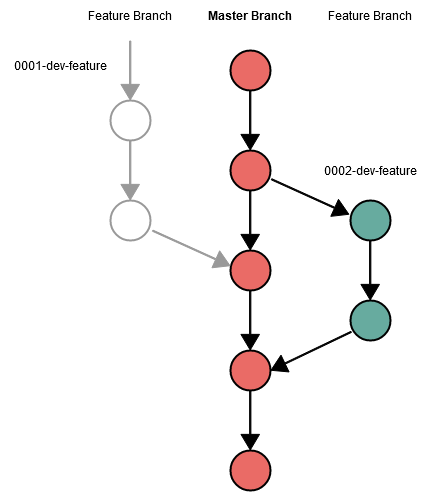
Before: GitHubFlowBranchingModel.png, a diagram exported from draw.io (cambridge-cares/TheWorldAvatar). Source tidied: cells renumbered, new cells last; positions are measured from the earlier drawing's top-left corner, leaving out a move shared by most shapes.
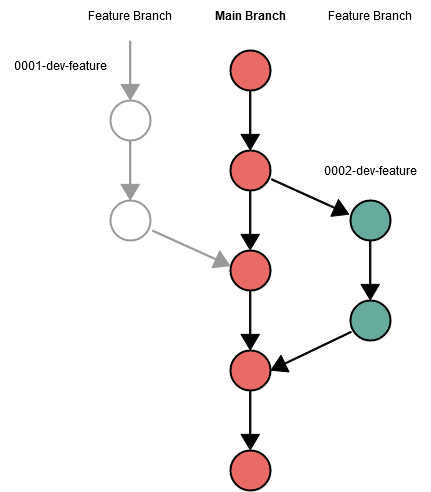
Above is the later version.

Commit message:
dev-GitHub-flow: update branching model diagram: change "master" branch to "main"

Diff of the diagram source:
```diff
@@ -65,7 +65,7 @@
     <mxCell id="17" value="Feature Branch" style="text;html=1;strokeColor=none;fillColor=none;align=center;verticalAlign=middle;whiteSpace=wrap;rounded=0;" parent="1" vertex="1">
       <mxGeometry x="310" width="120" height="30" as="geometry" />
     </mxCell>
-    <mxCell id="18" value="Master Branch" style="text;html=1;strokeColor=none;fillColor=none;align=center;verticalAlign=middle;whiteSpace=wrap;rounded=0;fontStyle=1;" parent="1" vertex="1">
+    <mxCell id="18" value="Main Branch" style="text;html=1;strokeColor=none;fillColor=none;align=center;verticalAlign=middle;whiteSpace=wrap;rounded=0;fontStyle=1;" parent="1" vertex="1">
       <mxGeometry x="190" width="120" height="30" as="geometry" />
     </mxCell>
     <mxCell id="19" style="shape=flexArrow;endArrow=classic;html=1;rounded=0;fillColor=#999999;endWidth=16.38888888888889;endSize=4.88;width=1.28;entryX=-0.029;entryY=0.35;entryDx=0;entryDy=0;entryPerimeter=0;exitX=1.014;exitY=0.714;exitDx=0;exitDy=0;exitPerimeter=0;strokeColor=#999999;" parent="1" edge="1">
```
